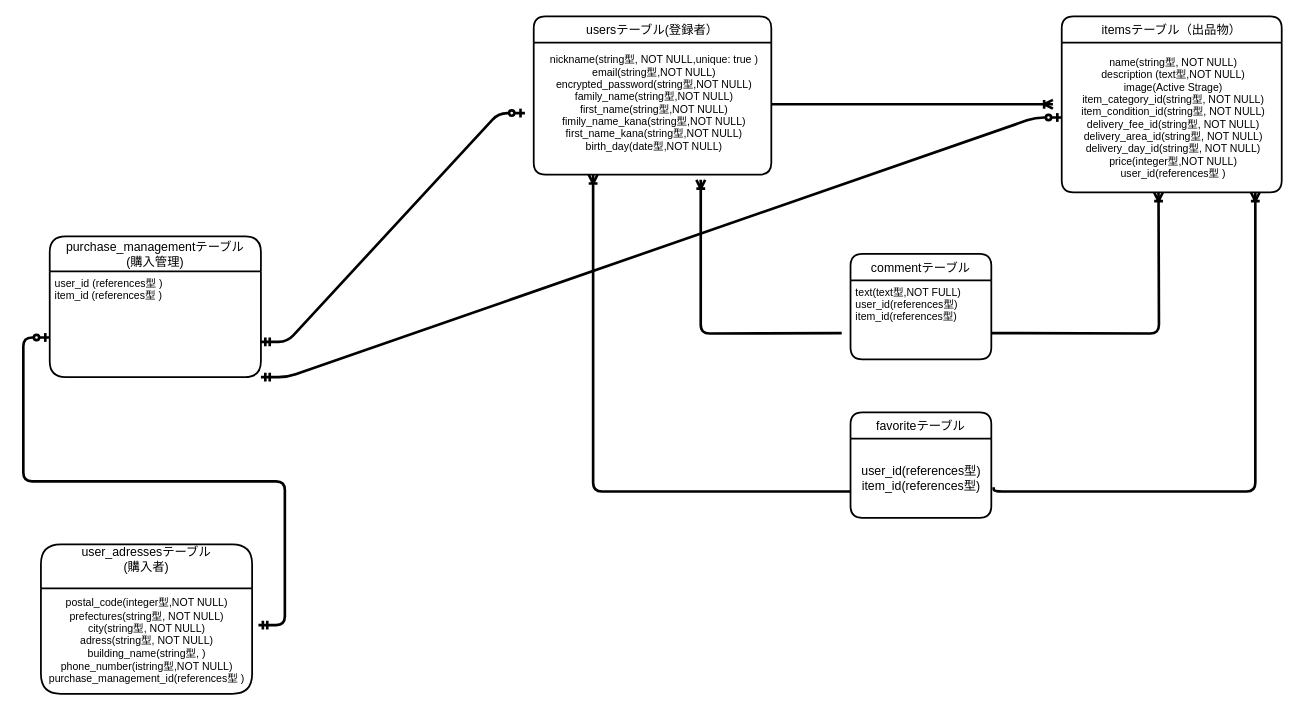
The draw.io diagram test.dio in JunOno09/furima-32508, before the edit. Source tidied: cells renumbered, new cells numbered last; positions are measured from the earlier drawing's top-left corner, leaving out a move shared by most shapes. Both pictures are drawn from the tidied source at 88%, with x=0, y=0 at pixel (40, 16).
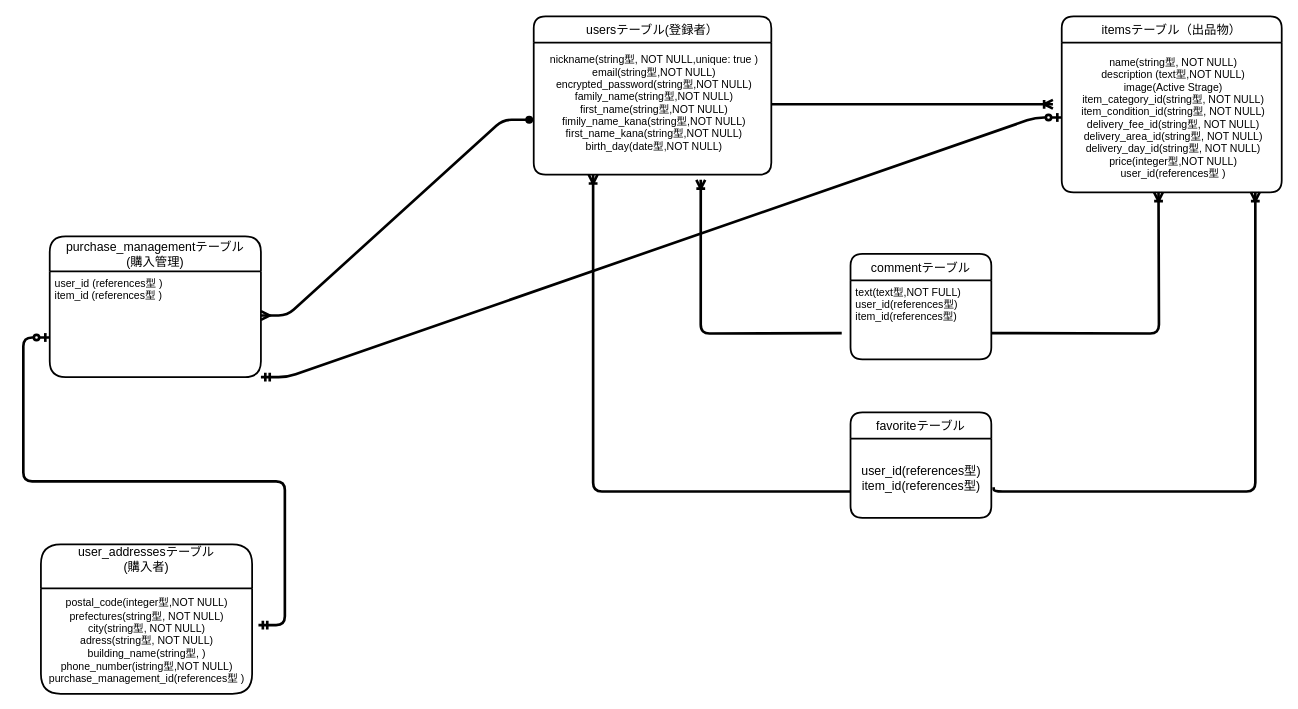
After the change.

Commit message (it also covers changes not shown here):
READMEとER図の変更

The change refers to these unchanged cells:
```xml
<mxCell id="5" value="nickname(string型, NOT NULL,unique: true )&#10;email(string型,NOT NULL)&#10;encrypted_password(string型,NOT NULL)&#10;family_name(string型,NOT NULL)&#10;first_name(string型,NOT NULL)&#10;fimily_name_kana(string型,NOT NULL)&#10;first_name_kana(string型,NOT NULL)&#10;birth_day(date型,NOT NULL)&#10;" style="align=center;strokeColor=none;fillColor=none;spacingLeft=4;fontSize=12;verticalAlign=middle;" parent="4" vertex="1">
  <mxGeometry y="30" width="270" height="150" as="geometry" />
</mxCell>
```

The edit, as a diff of the source:
```diff
@@
-    <mxCell id="2" value="user_adressesテーブル&#10;(購入者)&#10;" style="swimlane;horizontal=1;startSize=50;rounded=1;fontSize=14;fontStyle=0;strokeWidth=2;shadow=0;dashed=0;align=center;" parent="1" vertex="1">
+    <mxCell id="2" value="user_addressesテーブル&#10;(購入者)&#10;" style="swimlane;horizontal=1;startSize=50;rounded=1;fontSize=14;fontStyle=0;strokeWidth=2;shadow=0;dashed=0;align=center;" parent="1" vertex="1">
       <mxGeometry y="600" width="240" height="170" as="geometry" />
     </mxCell>
@@
-    <mxCell id="21" style="edgeStyle=entityRelationEdgeStyle;fontSize=12;html=1;endArrow=ERzeroToOne;startArrow=ERmandOne;strokeWidth=3;" parent="1" edge="1">
-      <mxGeometry relative="1" as="geometry">
-        <mxPoint x="250" y="370" as="sourcePoint" />
-        <mxPoint x="550" y="110" as="targetPoint" />
-      </mxGeometry>
-    </mxCell>
+    <mxCell id="22" style="edgeStyle=entityRelationEdgeStyle;fontSize=12;html=1;endArrow=oval;startArrow=ERmany;strokeWidth=3;entryX=-0.019;entryY=0.584;entryDx=0;entryDy=0;entryPerimeter=0;endFill=1;" parent="1" edge="1" target="5">
+      <mxGeometry relative="1" as="geometry">
+        <mxPoint x="250" y="340" as="sourcePoint" />
+      </mxGeometry>
+    </mxCell>
```
